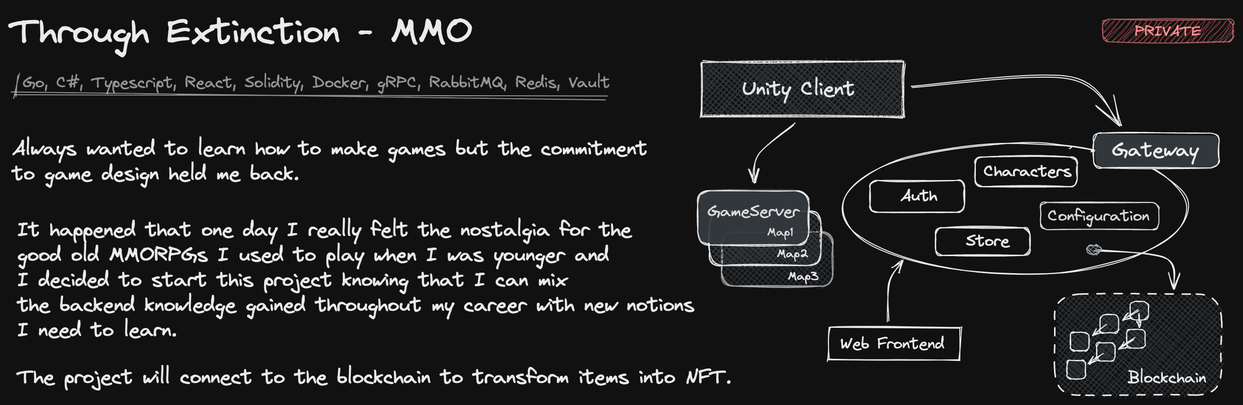
The Excalidraw diagram projects.png in Wufe/wufe, before a commit. Source tidied: one line per element, renumbered; positions are measured from the earlier drawing's top-left corner, leaving out a move shared by most shapes.
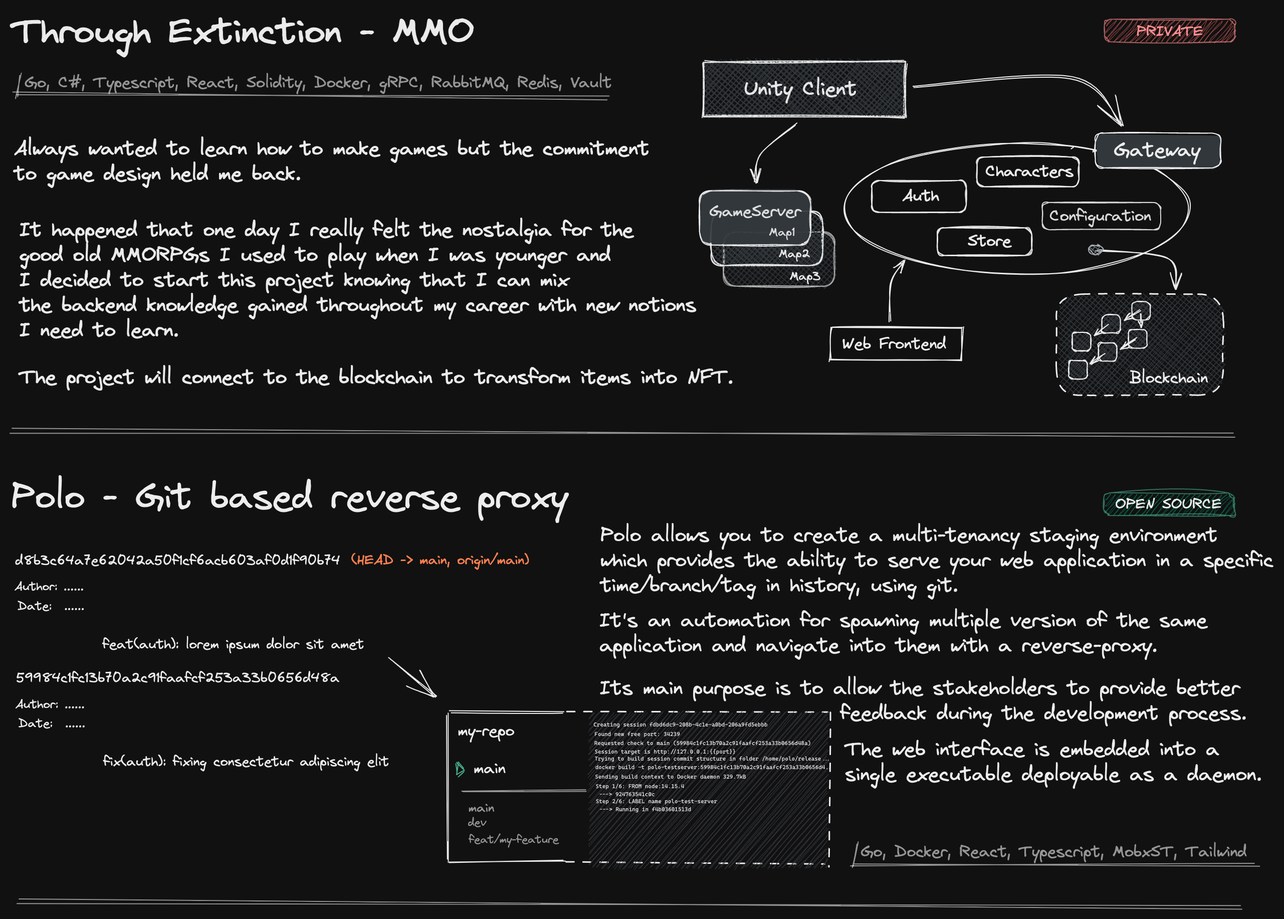
The same diagram one commit later.

Diff of the diagram source:
```diff
@@ -66,3 +66,52 @@
 {"id": 65, "type": "line", "strokeColor": "#000000", "strokeWidth": 1, "roughness": 1, "opacity": 60, "x": 10, "y": 64, "width": 5, "height": 24, "points": [[0, 0], [-5, 24]]}
 {"id": 66, "type": "line", "strokeColor": "#000000", "strokeWidth": 1, "roughness": 2, "opacity": 60, "x": 5, "y": 85, "width": 590, "height": 0, "points": [[0, 0], [590, 0]]}
 {"id": 67, "type": "text", "text": "PRIVATE", "strokeColor": "#c92a2a", "strokeWidth": 1, "roughness": 2, "fontSize": 14.64, "fontFamily": 1, "x": 1122, "y": 12, "width": 68, "height": 18}
+{"id": 68, "type": "line", "strokeColor": "#000000", "strokeWidth": 1, "roughness": 2, "opacity": 60, "x": -2, "y": 419, "width": 1221, "height": 5, "points": [[0, 0], [1221, 5]]}
+{"id": 69, "type": "text", "text": "Polo - Git based reverse proxy", "strokeColor": "#000000", "strokeWidth": 1, "roughness": 2, "fontSize": 36, "fontFamily": 1, "x": 0, "y": 464, "width": 556, "height": 45}
+{"id": 70, "type": "rectangle", "strokeColor": "#087f5b", "backgroundColor": "#12b886", "fillStyle": "hachure", "strokeWidth": 1, "roughness": 2, "opacity": 60, "x": 1089, "y": 482, "width": 130, "height": 23}
+{"id": 71, "type": "text", "text": "OPEN SOURCE", "strokeColor": "#000000", "strokeWidth": 1, "roughness": 2, "fontSize": 14.64, "fontFamily": 1, "x": 1101, "y": 484, "width": 107, "height": 18}
+{"id": 72, "type": "text", "text": "d8b3c64a7e62042a50f1cf6acb603af0d1f90b74", "strokeColor": "#000000", "backgroundColor": "#12b886", "fillStyle": "hachure", "strokeWidth": 1, "roughness": 2, "fontSize": 13.72, "fontFamily": 1, "x": 3, "y": 541, "width": 325, "height": 17}
+{"id": 73, "type": "text", "text": "(HEAD -> main, origin/main)", "strokeColor": "#d9480f", "backgroundColor": "#12b886", "fillStyle": "hachure", "strokeWidth": 1, "roughness": 2, "fontSize": 13.72, "fontFamily": 1, "x": 339, "y": 540, "width": 178, "height": 17}
+{"id": 74, "type": "text", "text": "Author: ......", "strokeColor": "#000000", "backgroundColor": "#12b886", "fillStyle": "hachure", "strokeWidth": 1, "roughness": 2, "fontSize": 12.22, "fontFamily": 1, "x": 3, "y": 568, "width": 70, "height": 15}
+{"id": 75, "type": "text", "text": "Date:  ......", "strokeColor": "#000000", "backgroundColor": "#12b886", "fillStyle": "hachure", "strokeWidth": 1, "roughness": 2, "fontSize": 12.22, "fontFamily": 1, "x": 6, "y": 588, "width": 67, "height": 15}
+{"id": 76, "type": "text", "text": "feat(auth): lorem ipsum dolor sit amet", "strokeColor": "#000000", "backgroundColor": "#12b886", "fillStyle": "hachure", "strokeWidth": 1, "roughness": 2, "fontSize": 13.72, "fontFamily": 1, "x": 90, "y": 624, "width": 262, "height": 17}
+{"id": 77, "type": "text", "text": "59984c1fc13b70a2c91faafcf253a33b0656d48a", "strokeColor": "#000000", "backgroundColor": "#12b886", "fillStyle": "hachure", "strokeWidth": 1, "roughness": 2, "fontSize": 13.72, "fontFamily": 1, "x": 4, "y": 658, "width": 323, "height": 17}
+{"id": 78, "type": "text", "text": "Author: ......", "strokeColor": "#000000", "backgroundColor": "#12b886", "fillStyle": "hachure", "strokeWidth": 1, "roughness": 2, "fontSize": 12.22, "fontFamily": 1, "x": 3, "y": 686, "width": 70, "height": 15}
+{"id": 79, "type": "text", "text": "Date:  ......", "strokeColor": "#000000", "backgroundColor": "#12b886", "fillStyle": "hachure", "strokeWidth": 1, "roughness": 2, "fontSize": 12.22, "fontFamily": 1, "x": 7, "y": 705, "width": 67, "height": 15}
+{"id": 80, "type": "text", "text": "fix(auth): fixing consectetur adipiscing elit", "strokeColor": "#000000", "backgroundColor": "#12b886", "fillStyle": "hachure", "strokeWidth": 1, "roughness": 2, "fontSize": 13.72, "fontFamily": 1, "x": 91, "y": 741, "width": 286, "height": 17}
+{"id": 81, "type": "arrow", "strokeColor": "#000000", "backgroundColor": "#12b886", "fillStyle": "hachure", "strokeWidth": 1, "roughness": 1, "endArrowhead": "arrow", "x": 377, "y": 647, "width": 47, "height": 37, "points": [[0, 0], [47, 37]]}
+{"id": 82, "type": "text", "text": "my-repo", "strokeColor": "#000000", "strokeWidth": 1, "roughness": 1, "fontSize": 16, "fontFamily": 1, "x": 445, "y": 710, "width": 58, "height": 20}
+{"id": 83, "type": "text", "text": "main", "strokeColor": "#000000", "strokeWidth": 1, "roughness": 1, "fontSize": 16, "fontFamily": 1, "x": 461, "y": 747, "width": 33, "height": 20}
+{"id": 84, "type": "line", "strokeColor": "#087f5b", "backgroundColor": "#12b886", "fillStyle": "hachure", "strokeWidth": 1, "roughness": 1, "x": 443, "y": 751, "width": 0, "height": 10, "points": [[0, 0], [0, 10]]}
+{"id": 85, "type": "line", "strokeColor": "#087f5b", "backgroundColor": "#12b886", "fillStyle": "hachure", "strokeWidth": 1, "roughness": 1, "x": 445, "y": 749, "width": 5, "height": 8, "points": [[0, 0], [5, 8]]}
+{"id": 86, "type": "line", "strokeColor": "#087f5b", "backgroundColor": "#12b886", "fillStyle": "hachure", "strokeWidth": 1, "roughness": 1, "x": 445, "y": 763, "width": 6, "height": 5, "points": [[0, 0], [6, -5]]}
+{"id": 87, "type": "line", "strokeColor": "#000000", "strokeWidth": 1, "roughness": 1, "opacity": 60, "x": 449, "y": 778, "width": 123, "height": 0, "points": [[0, 0], [123, 0]]}
+{"id": 88, "type": "text", "text": "main", "strokeColor": "#000000", "strokeWidth": 1, "roughness": 1, "opacity": 60, "fontSize": 12.99, "fontFamily": 1, "x": 456, "y": 788, "width": 27, "height": 16}
+{"id": 89, "type": "text", "text": "dev", "strokeColor": "#000000", "strokeWidth": 1, "roughness": 1, "opacity": 60, "fontSize": 11.09, "fontFamily": 1, "x": 455, "y": 804, "width": 19, "height": 14}
+{"id": 90, "type": "text", "text": "feat/my-feature", "strokeColor": "#000000", "strokeWidth": 1, "roughness": 1, "opacity": 60, "fontSize": 11.09, "fontFamily": 1, "x": 456, "y": 821, "width": 90, "height": 14}
+{"id": 91, "type": "line", "strokeColor": "#000000", "strokeWidth": 1, "roughness": 1, "x": 435, "y": 702, "width": 0, "height": 146, "points": [[0, 0], [0, 146]]}
+{"id": 92, "type": "line", "strokeColor": "#000000", "strokeWidth": 1, "roughness": 1, "x": 437, "y": 700, "width": 114, "height": 0, "points": [[0, 0], [114, 0]]}
+{"id": 93, "type": "line", "strokeColor": "#000000", "strokeWidth": 1, "roughness": 1, "x": 436, "y": 849, "width": 115, "height": 0, "points": [[0, 0], [115, 0]]}
+{"id": 94, "type": "line", "strokeColor": "#000000", "strokeWidth": 1, "strokeStyle": "dashed", "roughness": 1, "x": 553, "y": 701, "width": 262, "height": 1, "points": [[0, 0], [262, -1]]}
+{"id": 95, "type": "line", "strokeColor": "#000000", "backgroundColor": "#ced4da", "fillStyle": "hachure", "strokeWidth": 1, "strokeStyle": "dashed", "roughness": 1, "x": 554, "y": 849, "width": 256, "height": 2, "points": [[0, 0], [256, 2]]}
+{"id": 96, "type": "rectangle", "strokeColor": "transparent", "backgroundColor": "#ced4da", "fillStyle": "hachure", "strokeWidth": 1, "roughness": 1, "x": 576, "y": 700, "width": 238, "height": 153}
+{"id": 97, "type": "line", "strokeColor": "#000000", "backgroundColor": "#ced4da", "fillStyle": "hachure", "strokeWidth": 1, "strokeStyle": "dashed", "roughness": 1, "x": 816, "y": 701, "width": 0, "height": 154, "points": [[0, 0], [0, 154]]}
+{"id": 98, "type": "text", "text": "Creating session fdbd6dc9-208b-4c1e-a0bd-206a9fd5ebbb", "strokeColor": "#000000", "backgroundColor": "#ced4da", "fillStyle": "hachure", "strokeWidth": 1, "strokeStyle": "dashed", "roughness": 1, "fontSize": 5.6, "fontFamily": 3, "x": 580, "y": 708, "width": 175, "height": 7}
+{"id": 99, "type": "text", "text": "Found new free port: 34239", "strokeColor": "#000000", "backgroundColor": "#ced4da", "fillStyle": "hachure", "strokeWidth": 1, "strokeStyle": "dashed", "roughness": 1, "fontSize": 5.6, "fontFamily": 3, "x": 581, "y": 718, "width": 86, "height": 7}
+{"id": 100, "type": "text", "text": "Requested check to main (59984c1fc13b70a2c91faafcf253a33b0656d48a)", "strokeColor": "#000000", "backgroundColor": "#ced4da", "fillStyle": "hachure", "strokeWidth": 1, "strokeStyle": "dashed", "roughness": 1, "fontSize": 5.6, "fontFamily": 3, "x": 581, "y": 727, "width": 217, "height": 7}
+{"id": 101, "type": "text", "text": "Session target is http://127.0.0.1:{{port}}", "strokeColor": "#000000", "backgroundColor": "#ced4da", "fillStyle": "hachure", "strokeWidth": 1, "strokeStyle": "dashed", "roughness": 1, "fontSize": 5.6, "fontFamily": 3, "x": 581, "y": 736, "width": 142, "height": 7}
+{"id": 102, "type": "text", "text": "Trying to build session commit structure in folder /home/polo/release...", "strokeColor": "#000000", "backgroundColor": "#ced4da", "fillStyle": "hachure", "strokeWidth": 1, "strokeStyle": "dashed", "roughness": 1, "fontSize": 5.6, "fontFamily": 3, "x": 581, "y": 743, "width": 237, "height": 6}
+{"id": 103, "type": "text", "text": "docker build -t polo-testserver:59984c1fc13b70a2c91faafcf253a33b0656d4..", "strokeColor": "#000000", "backgroundColor": "#ced4da", "fillStyle": "hachure", "strokeWidth": 1, "strokeStyle": "dashed", "roughness": 1, "fontSize": 5.6, "fontFamily": 3, "x": 582, "y": 752, "width": 237, "height": 6}
+{"id": 104, "type": "text", "text": "Sending build context to Docker daemon 329.7kB", "strokeColor": "#000000", "backgroundColor": "#ced4da", "fillStyle": "hachure", "strokeWidth": 1, "strokeStyle": "dashed", "roughness": 1, "fontSize": 5.6, "fontFamily": 3, "x": 582, "y": 761, "width": 152, "height": 7}
+{"id": 105, "type": "text", "text": "Step 1/6: FROM node:14.15.4", "strokeColor": "#000000", "backgroundColor": "#ced4da", "fillStyle": "hachure", "strokeWidth": 1, "strokeStyle": "dashed", "roughness": 1, "fontSize": 5.6, "fontFamily": 3, "x": 582, "y": 770, "width": 90, "height": 7}
+{"id": 106, "type": "text", "text": " ---> 924763541c0c", "strokeColor": "#000000", "backgroundColor": "#ced4da", "fillStyle": "hachure", "strokeWidth": 1, "strokeStyle": "dashed", "roughness": 1, "fontSize": 5.6, "fontFamily": 3, "x": 582, "y": 778, "width": 60, "height": 7}
+{"id": 107, "type": "text", "text": "Step 2/6: LABEL name polo-test-server", "strokeColor": "#000000", "backgroundColor": "#ced4da", "fillStyle": "hachure", "strokeWidth": 1, "strokeStyle": "dashed", "roughness": 1, "fontSize": 5.6, "fontFamily": 3, "x": 582, "y": 785, "width": 122, "height": 7}
+{"id": 108, "type": "text", "text": "---> Running in f4b03601513d", "strokeColor": "#000000", "backgroundColor": "#ced4da", "fillStyle": "hachure", "strokeWidth": 1, "strokeStyle": "dashed", "roughness": 1, "fontSize": 5.6, "fontFamily": 3, "x": 586, "y": 793, "width": 93, "height": 7}
+{"id": 109, "type": "text", "text": "Polo allows you to create a multi-tenancy staging environment\nwhich provides the ability to serve your web application in a specific\ntime/branch/tag in history, using git.", "strokeColor": "#000000", "backgroundColor": "#ced4da", "fillStyle": "hachure", "strokeWidth": 1, "strokeStyle": "dashed", "roughness": 1, "fontSize": 20, "fontFamily": 1, "x": 587, "y": 512, "width": 672, "height": 75}
+{"id": 110, "type": "text", "text": "It's an automation for spawning multiple version of the same\napplication and navigate into them with a reverse-proxy.", "strokeColor": "#000000", "backgroundColor": "#ced4da", "fillStyle": "hachure", "strokeWidth": 1, "strokeStyle": "dashed", "roughness": 1, "fontSize": 20, "fontFamily": 1, "x": 586, "y": 597, "width": 606, "height": 50}
+{"id": 111, "type": "text", "text": "Its main purpose is to allow the stakeholders to provide better\n                        feedback during the development process.", "strokeColor": "#000000", "backgroundColor": "#ced4da", "fillStyle": "hachure", "strokeWidth": 1, "strokeStyle": "dashed", "roughness": 1, "fontSize": 20, "fontFamily": 1, "x": 587, "y": 664, "width": 646, "height": 50}
+{"id": 112, "type": "text", "text": "The web interface is embedded into a \nsingle executable deployable as a daemon.", "strokeColor": "#000000", "backgroundColor": "#ced4da", "fillStyle": "hachure", "strokeWidth": 1, "strokeStyle": "dashed", "roughness": 1, "fontSize": 20, "fontFamily": 1, "x": 831, "y": 725, "width": 417, "height": 50}
+{"id": 113, "type": "text", "text": "Go, Docker, React, Typescript, MobxST, Tailwind", "strokeColor": "#000000", "strokeWidth": 1, "roughness": 1, "opacity": 60, "fontSize": 16, "fontFamily": 1, "x": 847, "y": 830, "width": 386, "height": 20}
+{"id": 114, "type": "line", "strokeColor": "#000000", "strokeWidth": 1, "roughness": 1, "opacity": 60, "x": 844, "y": 831, "width": 5, "height": 24, "points": [[0, 0], [-5, 24]]}
+{"id": 115, "type": "line", "strokeColor": "#000000", "strokeWidth": 1, "roughness": 2, "opacity": 60, "x": 839, "y": 852, "width": 402, "height": 0, "points": [[0, 0], [402, 0]]}
+{"id": 116, "type": "line", "strokeColor": "#000000", "strokeWidth": 1, "roughness": 2, "opacity": 60, "x": 4, "y": 889, "width": 1221, "height": 5, "points": [[0, 0], [1221, 5]]}
```
